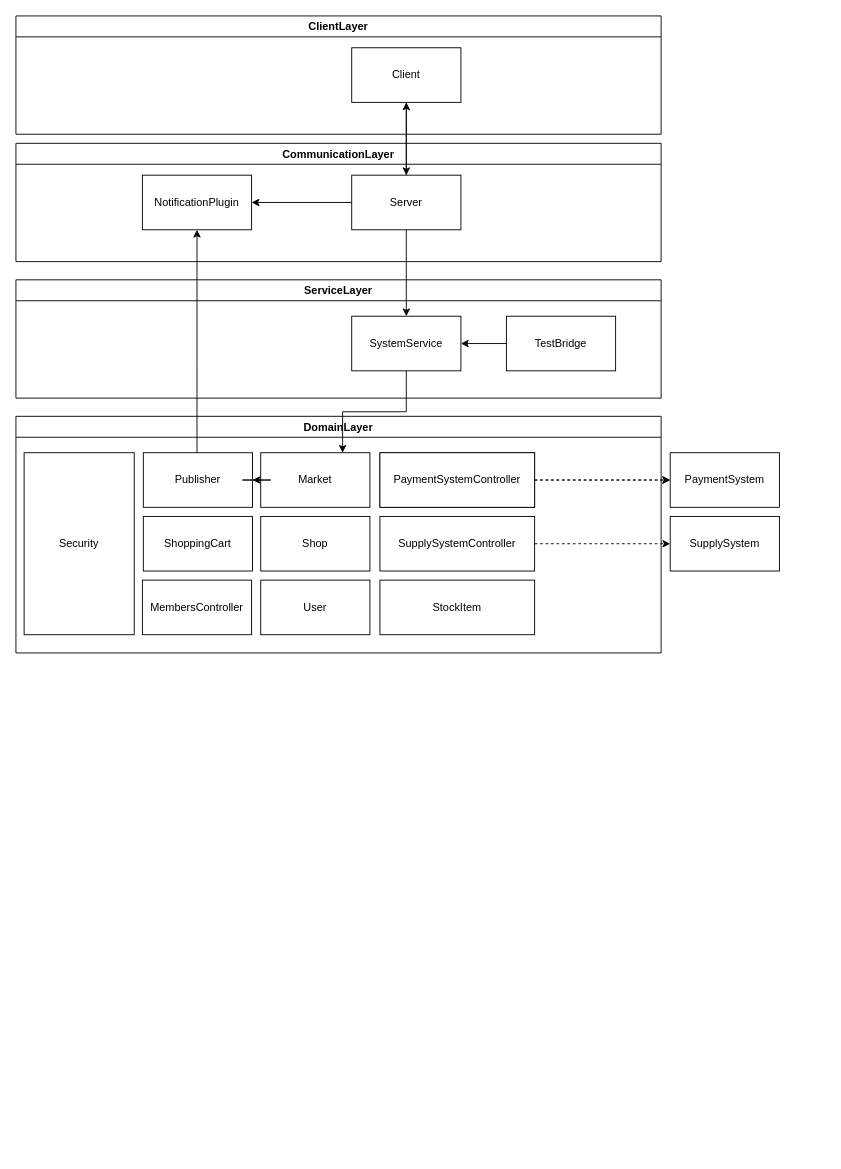
Before: Docs/V2_Architecture.drawio in mikecprogram/workshop-special-potato-shuk, a draw.io diagram. Source tidied: cells renumbered, new cells numbered last; positions are measured from the earlier drawing's top-left corner, leaving out a move shared by most shapes. Both pictures are drawn from the tidied source at 91%, with x=0, y=0 at pixel (15, 15).
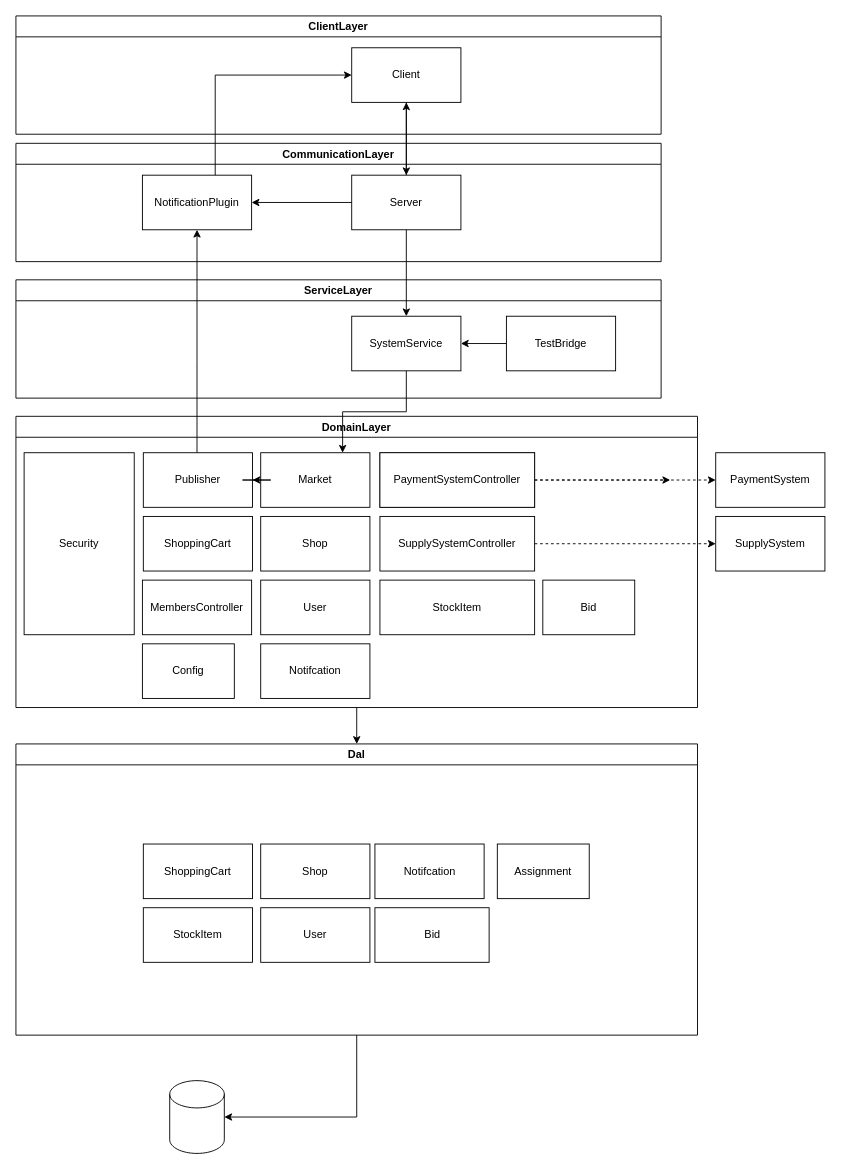
Above is the later version.

Unchanged cells that the change refers to:
```xml
<mxCell id="26" value="Client" style="rounded=0;whiteSpace=wrap;html=1;" parent="25" vertex="1">
  <mxGeometry x="369" y="35" width="120" height="60" as="geometry" />
</mxCell>
<mxCell id="29" value="&lt;span style=&quot;text-align: left&quot;&gt;NotificationPlugin&lt;/span&gt;" style="rounded=0;whiteSpace=wrap;html=1;" parent="27" vertex="1">
  <mxGeometry x="139" y="35" width="120" height="60" as="geometry" />
</mxCell>
```

The edit, as a diff of the source:
```diff
@@
     <mxCell id="2" value="PaymentSystem" style="rounded=0;whiteSpace=wrap;html=1;" parent="1" vertex="1">
-      <mxGeometry x="719" y="480" width="120" height="60" as="geometry" />
+      <mxGeometry x="769" y="480" width="120" height="60" as="geometry" />
     </mxCell>
     <mxCell id="3" value="SupplySystem&lt;br&gt;" style="rounded=0;whiteSpace=wrap;html=1;" parent="1" vertex="1">
-      <mxGeometry x="719" y="550" width="120" height="60" as="geometry" />
+      <mxGeometry x="769" y="550" width="120" height="60" as="geometry" />
     </mxCell>
+    <mxCell id="35" style="edgeStyle=orthogonalEdgeStyle;rounded=0;jettySize=auto;html=1;" parent="1" edge="1" source="4" target="40">
+      <mxGeometry relative="1" as="geometry" />
+    </mxCell>
     <mxCell id="4" value="DomainLayer" style="swimlane;" parent="1" vertex="1">
-      <mxGeometry y="440" width="709" height="260" as="geometry" />
+      <mxGeometry y="440" width="749" height="320" as="geometry" />
     </mxCell>
@@
+    <mxCell id="36" value="Bid" style="rounded=0;whiteSpace=wrap;html=1;" parent="4" vertex="1">
+      <mxGeometry x="579" y="180" width="101" height="60" as="geometry" />
+    </mxCell>
+    <mxCell id="37" value="Notifcation" style="rounded=0;whiteSpace=wrap;html=1;" parent="4" vertex="1">
+      <mxGeometry x="269" y="250" width="120" height="60" as="geometry" />
+    </mxCell>
@@
+    <mxCell id="38" value="Config" style="rounded=0;whiteSpace=wrap;html=1;" parent="1" vertex="1">
+      <mxGeometry x="139" y="690" width="101" height="60" as="geometry" />
+    </mxCell>
+    <mxCell id="39" style="edgeStyle=orthogonalEdgeStyle;rounded=0;jettySize=auto;html=1;" parent="1" edge="1" source="40" target="48">
+      <mxGeometry relative="1" as="geometry">
+        <Array as="points">
+          <mxPoint x="375" y="1210" />
+        </Array>
+      </mxGeometry>
+    </mxCell>
+    <mxCell id="40" value="Dal" style="swimlane;" parent="1" vertex="1">
+      <mxGeometry y="800" width="749" height="320" as="geometry" />
+    </mxCell>
+    <mxCell id="41" value="ShoppingCart" style="rounded=0;whiteSpace=wrap;html=1;" parent="40" vertex="1">
+      <mxGeometry x="140" y="110" width="120" height="60" as="geometry" />
+    </mxCell>
+    <mxCell id="42" value="StockItem" style="rounded=0;whiteSpace=wrap;html=1;" parent="40" vertex="1">
+      <mxGeometry x="140" y="180" width="120" height="60" as="geometry" />
+    </mxCell>
+    <mxCell id="43" value="Shop" style="rounded=0;whiteSpace=wrap;html=1;" parent="40" vertex="1">
+      <mxGeometry x="269" y="110" width="120" height="60" as="geometry" />
+    </mxCell>
+    <mxCell id="44" value="User" style="rounded=0;whiteSpace=wrap;html=1;" parent="40" vertex="1">
+      <mxGeometry x="269" y="180" width="120" height="60" as="geometry" />
+    </mxCell>
+    <mxCell id="45" value="Bid" style="rounded=0;whiteSpace=wrap;html=1;" parent="40" vertex="1">
+      <mxGeometry x="394.5" y="180" width="125.5" height="60" as="geometry" />
+    </mxCell>
+    <mxCell id="46" value="Notifcation" style="rounded=0;whiteSpace=wrap;html=1;" parent="40" vertex="1">
+      <mxGeometry x="394.5" y="110" width="120" height="60" as="geometry" />
+    </mxCell>
+    <mxCell id="47" value="Assignment" style="rounded=0;whiteSpace=wrap;html=1;" parent="40" vertex="1">
+      <mxGeometry x="529" y="110" width="101" height="60" as="geometry" />
+    </mxCell>
+    <mxCell id="48" style="shape=cylinder3;whiteSpace=wrap;html=1;boundedLbl=1;backgroundOutline=1;size=15;" parent="1" vertex="1">
+      <mxGeometry x="169" y="1170" width="60" height="80" as="geometry" />
+    </mxCell>
+    <mxCell id="49" style="edgeStyle=orthogonalEdgeStyle;rounded=0;jettySize=auto;html=1;entryX=0;entryY=0.5;entryDx=0;entryDy=0;" parent="1" edge="1" source="29" target="26">
+      <mxGeometry relative="1" as="geometry">
+        <Array as="points">
+          <mxPoint x="219" y="65" />
+        </Array>
+      </mxGeometry>
+    </mxCell>
```
